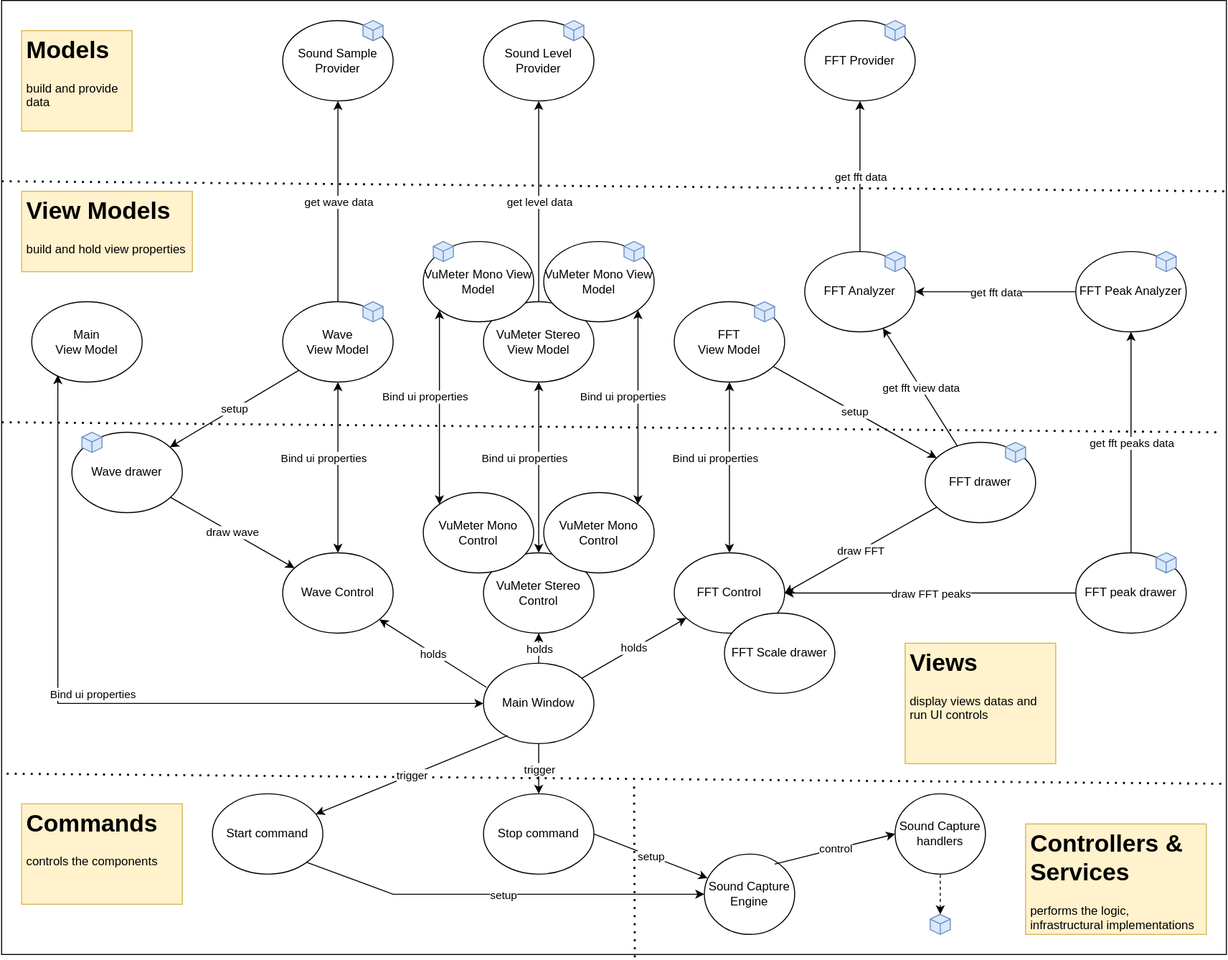
The draw.io diagram Doc/components1.drawio.svg in franck-gaspoz/WindowsAudioSessionSample, before a commit. Source tidied: cells renumbered, new cells last; positions are measured from the earlier drawing's top-left corner, leaving out a move shared by most shapes.
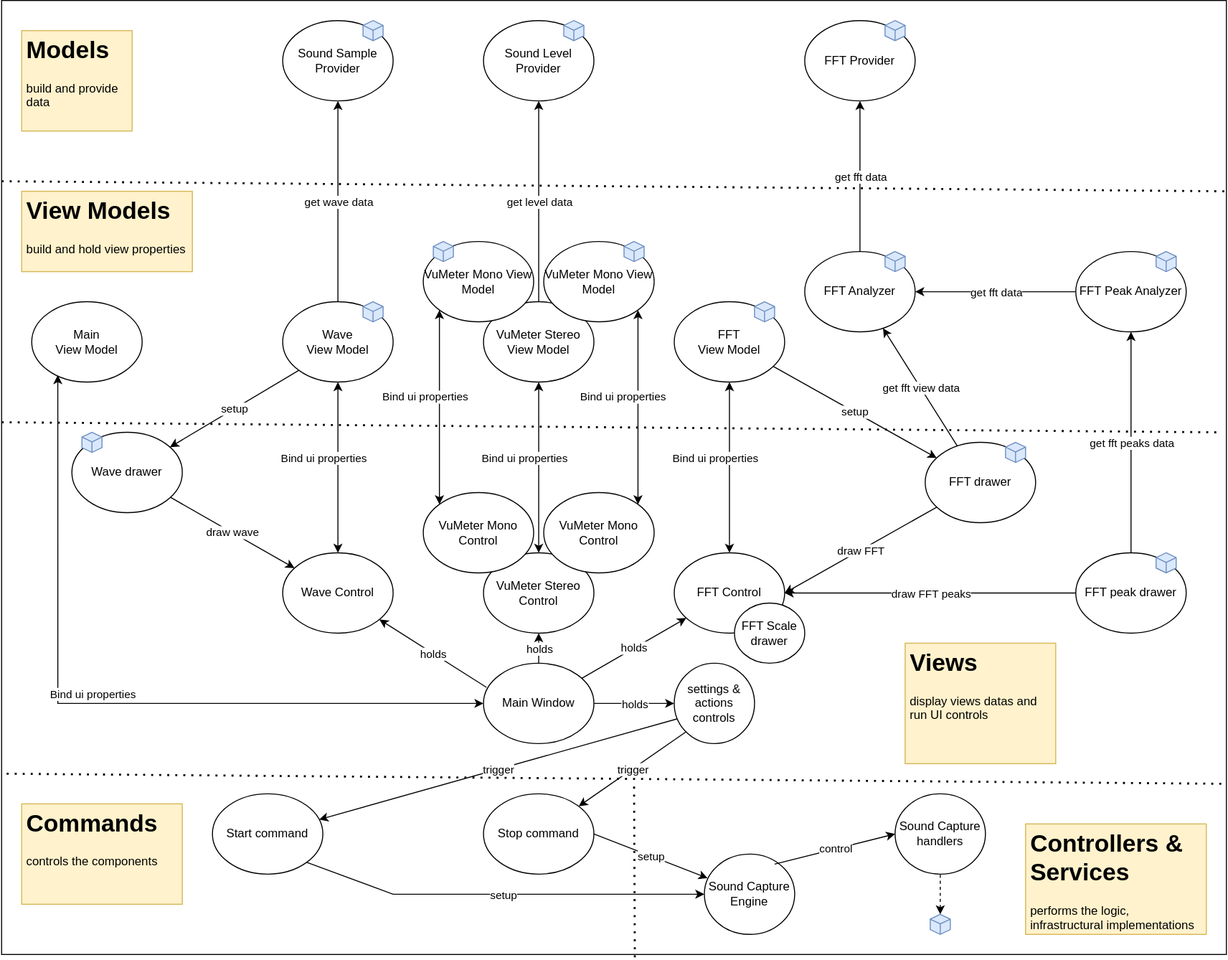
Later version of the same file.

Change to the diagram source:
```diff
@@ -192,7 +192,7 @@
       <mxGeometry x="480" y="660" width="110" height="80" as="geometry" />
     </mxCell>
     <mxCell id="59" value="FFT Scale drawer" style="ellipse;whiteSpace=wrap;html=1;" parent="1" vertex="1">
-      <mxGeometry x="720" y="610" width="110" height="80" as="geometry" />
+      <mxGeometry x="730" y="600" width="70" height="60" as="geometry" />
     </mxCell>
     <mxCell id="60" style="endArrow=classic;html=1;rounded=0;" parent="1" edge="1" source="58" target="8">
       <mxGeometry relative="1" as="geometry" />
@@ -262,13 +262,13 @@
     <mxCell id="77" value="setup" style="edgeLabel;html=1;align=center;verticalAlign=middle;" parent="76" vertex="1">
       <mxGeometry relative="1" as="geometry" />
     </mxCell>
-    <mxCell id="78" style="endArrow=classic;html=1;rounded=0;exitX=0.218;exitY=0.9;exitDx=0;exitDy=0;exitPerimeter=0;" parent="1" edge="1" source="58" target="71">
+    <mxCell id="78" style="endArrow=classic;html=1;rounded=0;exitX=0.05;exitY=0.688;exitDx=0;exitDy=0;exitPerimeter=0;" parent="1" edge="1" source="101" target="71">
       <mxGeometry relative="1" as="geometry" />
     </mxCell>
     <mxCell id="79" value="trigger" style="edgeLabel;html=1;align=center;verticalAlign=middle;" parent="78" vertex="1">
       <mxGeometry relative="1" as="geometry" />
     </mxCell>
-    <mxCell id="80" style="endArrow=classic;html=1;rounded=0;exitX=0.5;exitY=1;exitDx=0;exitDy=0;" parent="1" edge="1" source="58" target="73">
+    <mxCell id="80" style="endArrow=classic;html=1;rounded=0;exitX=0;exitY=1;exitDx=0;exitDy=0;" parent="1" edge="1" source="101" target="73">
       <mxGeometry relative="1" as="geometry" />
     </mxCell>
     <mxCell id="81" value="trigger" style="edgeLabel;html=1;align=center;verticalAlign=middle;" parent="80" vertex="1">
@@ -333,5 +333,14 @@
     <mxCell id="100" style="endArrow=none;dashed=1;html=1;rounded=0;exitX=0.5;exitY=0;exitDx=0;exitDy=0;exitPerimeter=0;endFill=0;startArrow=classic;startFill=1;" parent="1" edge="1" source="99" target="84">
       <mxGeometry relative="1" as="geometry" />
     </mxCell>
+    <mxCell id="101" value="settings &amp;amp; actions controls" style="ellipse;whiteSpace=wrap;html=1;" parent="1" vertex="1">
+      <mxGeometry x="670" y="660" width="80" height="80" as="geometry" />
+    </mxCell>
+    <mxCell id="102" style="endArrow=classic;html=1;rounded=0;entryX=0;entryY=0.5;entryDx=0;entryDy=0;" parent="1" edge="1" source="58" target="101">
+      <mxGeometry relative="1" as="geometry" />
+    </mxCell>
+    <mxCell id="103" value="holds" style="edgeLabel;html=1;align=center;verticalAlign=middle;" parent="102" vertex="1">
+      <mxGeometry relative="1" as="geometry" />
+    </mxCell>
   </root>
 </mxGraphModel>
```
